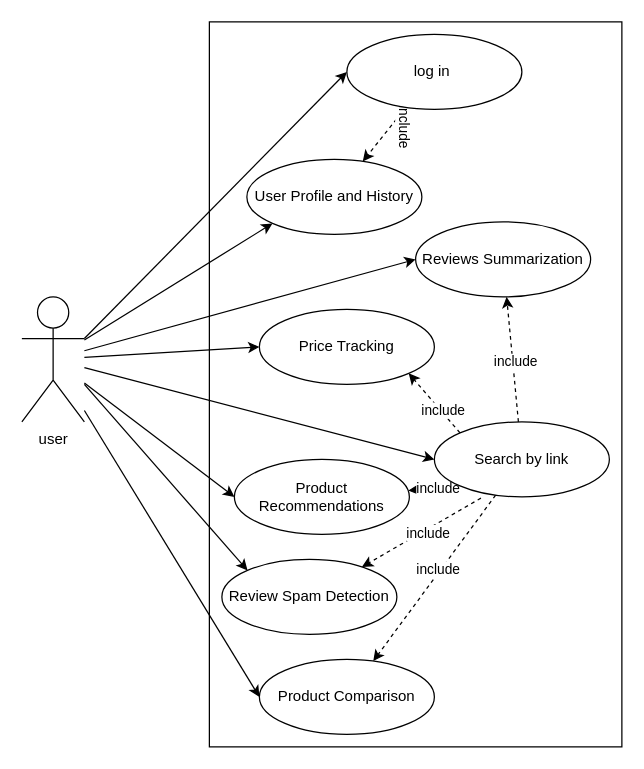
Above: grad use case.drawio in amrawni33/grad-UML (draw.io), before the change. Source tidied: cells renumbered, new cells numbered last; positions are measured from the earlier drawing's top-left corner, leaving out a move shared by most shapes. Both pictures are drawn from the tidied source at 125%, with x=0, y=0 at pixel (21, 21).
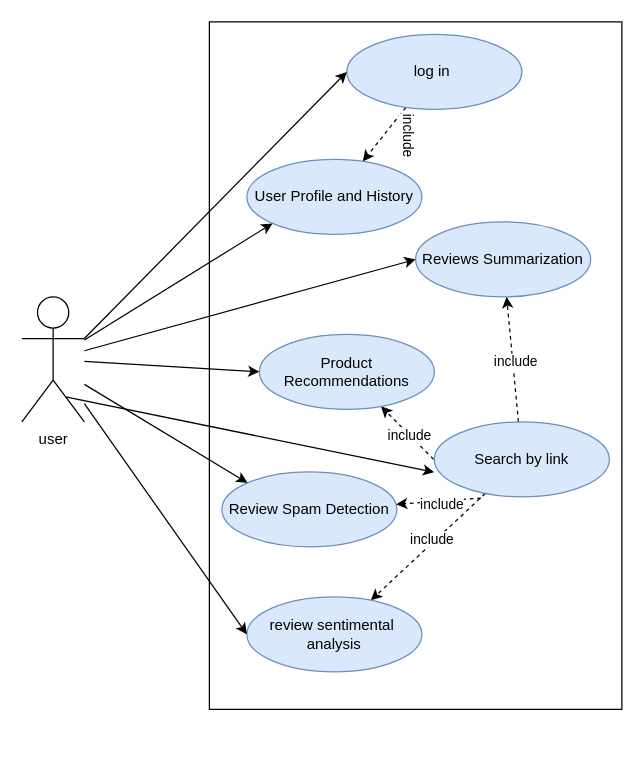
Above is the later version.

Unchanged cells that the change refers to:
```xml
<mxCell id="3" value="user" style="shape=umlActor;verticalLabelPosition=bottom;verticalAlign=top;html=1;outlineConnect=0;strokeWidth=1;" parent="1" vertex="1">
  <mxGeometry y="220" width="50" height="100" as="geometry" />
</mxCell>
<mxCell id="4" style="rounded=0;jettySize=auto;html=1;dashed=1;" parent="1" edge="1" source="6" target="7">
  <mxGeometry relative="1" as="geometry" />
</mxCell>
<mxCell id="16" style="rounded=0;jettySize=auto;html=1;exitX=0;exitY=1;exitDx=0;exitDy=0;dashed=1;" parent="1" edge="1" source="18" target="19">
  <mxGeometry relative="1" as="geometry" />
</mxCell>
```

Diff of the diagram source:
```diff
@@
     <mxCell id="2" style="rounded=0;whiteSpace=wrap;html=1;direction=south;" parent="1" vertex="1">
-      <mxGeometry x="150" width="330" height="580" as="geometry" />
+      <mxGeometry x="150" width="330" height="550" as="geometry" />
     </mxCell>
@@
     <mxCell id="5" value="include" style="edgeLabel;html=1;align=center;verticalAlign=middle;rotation=90;" parent="4" vertex="1">
       <mxGeometry x="-0.26" y="-4" relative="1" as="geometry">
-        <mxPoint x="15" y="2" as="offset" />
+        <mxPoint x="18" y="9" as="offset" />
       </mxGeometry>
     </mxCell>
-    <mxCell id="6" value="log in&amp;nbsp;" style="ellipse;whiteSpace=wrap;html=1;" parent="1" vertex="1">
+    <mxCell id="6" value="log in&amp;nbsp;" style="ellipse;whiteSpace=wrap;html=1;fillColor=#dae8fc;strokeColor=#6c8ebf;" parent="1" vertex="1">
       <mxGeometry x="260" y="10" width="140" height="60" as="geometry" />
     </mxCell>
-    <mxCell id="7" value="User Profile and History" style="ellipse;whiteSpace=wrap;html=1;" parent="1" vertex="1">
+    <mxCell id="7" value="User Profile and History" style="ellipse;whiteSpace=wrap;html=1;fillColor=#dae8fc;strokeColor=#6c8ebf;" parent="1" vertex="1">
       <mxGeometry x="180" y="110" width="140" height="60" as="geometry" />
     </mxCell>
-    <mxCell id="8" value="Reviews Summarization" style="ellipse;whiteSpace=wrap;html=1;" parent="1" vertex="1">
+    <mxCell id="8" value="Reviews Summarization" style="ellipse;whiteSpace=wrap;html=1;fillColor=#dae8fc;strokeColor=#6c8ebf;" parent="1" vertex="1">
       <mxGeometry x="315" y="160" width="140" height="60" as="geometry" />
     </mxCell>
-    <mxCell id="9" value="Price Tracking" style="ellipse;whiteSpace=wrap;html=1;" parent="1" vertex="1">
-      <mxGeometry x="190" y="230" width="140" height="60" as="geometry" />
-    </mxCell>
@@
-    <mxCell id="12" style="rounded=0;jettySize=auto;html=1;entryX=1;entryY=1;entryDx=0;entryDy=0;exitX=0;exitY=0;exitDx=0;exitDy=0;dashed=1;" parent="1" edge="1" source="18" target="9">
-      <mxGeometry relative="1" as="geometry" />
-    </mxCell>
-    <mxCell id="13" value="include" style="edgeLabel;html=1;align=center;verticalAlign=middle;" parent="12" vertex="1">
-      <mxGeometry x="-0.26" y="-1" relative="1" as="geometry" />
-    </mxCell>
@@
     <mxCell id="17" value="include" style="edgeLabel;html=1;align=center;verticalAlign=middle;" parent="16" vertex="1">
-      <mxGeometry x="-0.15" relative="1" as="geometry" />
+      <mxGeometry x="-0.15" relative="1" as="geometry">
+        <mxPoint x="-14" y="-14" as="offset" />
+      </mxGeometry>
     </mxCell>
-    <mxCell id="18" value="Search by link" style="ellipse;whiteSpace=wrap;html=1;" parent="1" vertex="1">
+    <mxCell id="18" value="Search by link" style="ellipse;whiteSpace=wrap;html=1;fillColor=#dae8fc;strokeColor=#6c8ebf;" parent="1" vertex="1">
       <mxGeometry x="330" y="320" width="140" height="60" as="geometry" />
     </mxCell>
-    <mxCell id="19" value="Product Recommendations" style="ellipse;whiteSpace=wrap;html=1;" parent="1" vertex="1">
-      <mxGeometry x="170" y="350" width="140" height="60" as="geometry" />
+    <mxCell id="19" value="Product Recommendations" style="ellipse;whiteSpace=wrap;html=1;fillColor=#dae8fc;strokeColor=#6c8ebf;" parent="1" vertex="1">
+      <mxGeometry x="190" y="250" width="140" height="60" as="geometry" />
     </mxCell>
-    <mxCell id="20" value="Product Comparison" style="ellipse;whiteSpace=wrap;html=1;" parent="1" vertex="1">
-      <mxGeometry x="190" y="510" width="140" height="60" as="geometry" />
+    <mxCell id="20" value="review sentimental&amp;nbsp;&lt;div&gt;analysis&lt;/div&gt;" style="ellipse;whiteSpace=wrap;html=1;fillColor=#dae8fc;strokeColor=#6c8ebf;" parent="1" vertex="1">
+      <mxGeometry x="180" y="460" width="140" height="60" as="geometry" />
     </mxCell>
@@
-    <mxCell id="24" style="endArrow=classic;html=1;rounded=0;entryX=0;entryY=0.5;entryDx=0;entryDy=0;" parent="1" edge="1" source="3" target="9">
-      <mxGeometry relative="1" as="geometry" />
-    </mxCell>
@@
-    <mxCell id="27" style="endArrow=classic;html=1;rounded=0;entryX=0;entryY=0.5;entryDx=0;entryDy=0;" parent="1" edge="1" source="3" target="18">
-      <mxGeometry relative="1" as="geometry" />
+    <mxCell id="27" style="endArrow=classic;html=1;rounded=0;entryX=-0.001;entryY=0.67;entryDx=0;entryDy=0;entryPerimeter=0;" parent="1" edge="1" target="18">
+      <mxGeometry relative="1" as="geometry">
+        <mxPoint x="35" y="300" as="sourcePoint" />
+      </mxGeometry>
     </mxCell>
-    <mxCell id="28" value="Review Spam Detection" style="ellipse;whiteSpace=wrap;html=1;" parent="1" vertex="1">
-      <mxGeometry x="160" y="430" width="140" height="60" as="geometry" />
+    <mxCell id="28" value="Review Spam Detection" style="ellipse;whiteSpace=wrap;html=1;fillColor=#dae8fc;strokeColor=#6c8ebf;" parent="1" vertex="1">
+      <mxGeometry x="160" y="360" width="140" height="60" as="geometry" />
     </mxCell>
```
